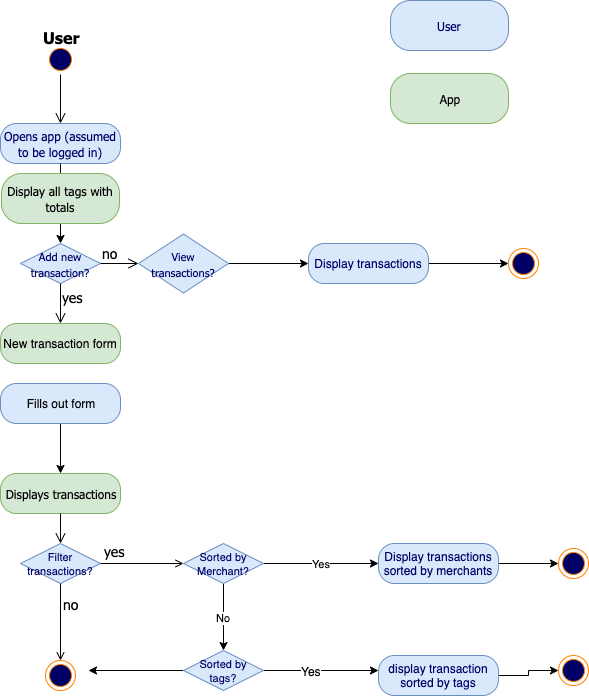
Above: Diagrams/activity diagram.png in granthouston44/heroku_deploy (draw.io), before the change. Source tidied: cells renumbered, new cells last; positions are measured from the earlier drawing's top-left corner, leaving out a move shared by most shapes. The source it was exported from:
```xml
<mxGraphModel>
  <root>
    <mxCell id="0" />
    <mxCell id="1" parent="0" />
    <mxCell id="2" style="ellipse;html=1;shape=startState;fillColor=#000066;strokeColor=#FF8000;fontFamily=Tahoma;fontSize=14;fontColor=#FF8000;" parent="1" vertex="1">
      <mxGeometry x="45" y="44" width="30" height="30" as="geometry" />
    </mxCell>
    <mxCell id="3" style="edgeStyle=orthogonalEdgeStyle;html=1;verticalAlign=bottom;endArrow=open;endSize=8;strokeColor=#000000;fontFamily=Tahoma;fontSize=14;fontColor=#FF8000;entryX=0.5;entryY=0;" parent="1" edge="1" source="2" target="4">
      <mxGeometry relative="1" as="geometry" />
    </mxCell>
    <mxCell id="4" value="&lt;font style=&quot;font-size: 12px&quot;&gt;Opens app (assumed to be logged in)&lt;/font&gt;" style="rounded=1;whiteSpace=wrap;html=1;arcSize=40;fillColor=#dae8fc;strokeColor=#6c8ebf;fontFamily=Tahoma;fontSize=14;fontColor=#000066;" parent="1" vertex="1">
      <mxGeometry y="123" width="120" height="40" as="geometry" />
    </mxCell>
    <mxCell id="5" style="edgeStyle=orthogonalEdgeStyle;html=1;verticalAlign=bottom;endArrow=open;endSize=8;strokeColor=#080400;fontFamily=Tahoma;fontSize=14;fontColor=#FF8000;entryX=0.5;entryY=0;" parent="1" edge="1" source="4">
      <mxGeometry relative="1" as="geometry">
        <mxPoint x="60" y="223" as="targetPoint" />
        <Array as="points">
          <mxPoint x="60" y="203" />
          <mxPoint x="60" y="203" />
        </Array>
      </mxGeometry>
    </mxCell>
    <mxCell id="6" style="edgeStyle=orthogonalEdgeStyle;rounded=0;jettySize=auto;html=1;exitX=0.5;exitY=1;exitDx=0;exitDy=0;entryX=0.5;entryY=0;entryDx=0;entryDy=0;" parent="1" edge="1" source="7" target="8">
      <mxGeometry relative="1" as="geometry" />
    </mxCell>
    <mxCell id="7" value="&lt;font style=&quot;font-size: 12px&quot;&gt;Display all tags with totals&lt;/font&gt;" style="rounded=1;whiteSpace=wrap;html=1;arcSize=40;fillColor=#d5e8d4;strokeColor=#82b366;fontFamily=Tahoma;fontSize=14;" parent="1" vertex="1">
      <mxGeometry x="1" y="173" width="118" height="50" as="geometry" />
    </mxCell>
    <mxCell id="8" value="&lt;span style=&quot;font-size: 11px&quot;&gt;Add new transaction?&lt;/span&gt;" style="rhombus;whiteSpace=wrap;html=1;fillColor=#dae8fc;strokeColor=#6c8ebf;fontFamily=Tahoma;fontSize=14;fontColor=#000066;" parent="1" vertex="1">
      <mxGeometry x="20" y="243" width="80" height="40" as="geometry" />
    </mxCell>
    <mxCell id="9" value="&lt;font color=&quot;#000000&quot;&gt;no&lt;/font&gt;" style="edgeStyle=orthogonalEdgeStyle;html=1;align=left;verticalAlign=bottom;endArrow=open;endSize=8;strokeColor=#000000;fontFamily=Tahoma;fontSize=14;fontColor=#FF8000;entryX=0;entryY=0.5;entryDx=0;entryDy=0;" parent="1" edge="1" source="8" target="24">
      <mxGeometry x="-1" relative="1" as="geometry" />
    </mxCell>
    <mxCell id="10" value="&lt;font color=&quot;#000000&quot;&gt;yes&lt;/font&gt;" style="edgeStyle=orthogonalEdgeStyle;html=1;align=left;verticalAlign=top;endArrow=open;endSize=8;strokeColor=#000000;fontFamily=Tahoma;fontSize=14;fontColor=#FF8000;entryX=0.5;entryY=0;" parent="1" edge="1" source="8" target="12">
      <mxGeometry x="-1" relative="1" as="geometry" />
    </mxCell>
    <mxCell id="11" value="&lt;font style=&quot;font-size: 16px&quot; color=&quot;#000000&quot;&gt;&lt;b&gt;User&lt;/b&gt;&lt;/font&gt;" style="text;html=1;align=left;verticalAlign=top;spacingTop=-4;fontSize=14;fontFamily=Tahoma;fontColor=#000066;" parent="1" vertex="1">
      <mxGeometry x="41" y="25" width="50" height="20" as="geometry" />
    </mxCell>
    <mxCell id="12" value="New transaction form" style="rounded=1;whiteSpace=wrap;html=1;arcSize=40;fillColor=#d5e8d4;strokeColor=#82b366;" parent="1" vertex="1">
      <mxGeometry y="323" width="120" height="40" as="geometry" />
    </mxCell>
    <mxCell id="13" value="&lt;span style=&quot;font-size: 11px&quot;&gt;Filter transactions?&lt;/span&gt;" style="rhombus;whiteSpace=wrap;html=1;fillColor=#dae8fc;strokeColor=#6c8ebf;fontColor=#000066;" parent="1" vertex="1">
      <mxGeometry x="20" y="543" width="80" height="40" as="geometry" />
    </mxCell>
    <mxCell id="14" value="Yes" style="edgeStyle=orthogonalEdgeStyle;rounded=0;jettySize=auto;html=1;" parent="1" edge="1" source="16">
      <mxGeometry relative="1" as="geometry">
        <mxPoint x="378" y="563" as="targetPoint" />
      </mxGeometry>
    </mxCell>
    <mxCell id="15" value="No" style="edgeStyle=orthogonalEdgeStyle;rounded=0;jettySize=auto;html=1;exitX=0.5;exitY=1;exitDx=0;exitDy=0;" parent="1" edge="1" source="16" target="35">
      <mxGeometry relative="1" as="geometry" />
    </mxCell>
    <mxCell id="16" value="&lt;span style=&quot;font-size: 11px&quot;&gt;Sorted by Merchant?&lt;/span&gt;" style="rhombus;whiteSpace=wrap;html=1;fillColor=#dae8fc;strokeColor=#6c8ebf;fontColor=#000066;" parent="1" vertex="1">
      <mxGeometry x="183" y="543" width="80" height="40" as="geometry" />
    </mxCell>
    <mxCell id="17" value="&lt;font color=&quot;#000000&quot;&gt;no&lt;/font&gt;" style="edgeStyle=none;rounded=1;jumpStyle=arc;jumpSize=13;html=1;exitX=0.5;exitY=1;startArrow=none;startFill=0;endArrow=open;endFill=0;jettySize=auto;strokeColor=#000000;fontFamily=Tahoma;fontSize=14;fontColor=#000066;" parent="1" edge="1" source="13" target="18">
      <mxGeometry x="-0.44" y="10" relative="1" as="geometry" />
    </mxCell>
    <mxCell id="18" style="ellipse;html=1;shape=endState;fillColor=#000066;strokeColor=#FF8000;" parent="1" vertex="1">
      <mxGeometry x="45" y="660" width="30" height="30" as="geometry" />
    </mxCell>
    <mxCell id="19" style="edgeStyle=none;rounded=1;jumpStyle=arc;jumpSize=13;html=1;startArrow=none;startFill=0;endArrow=open;endFill=0;jettySize=auto;strokeColor=#050300;fontFamily=Tahoma;fontSize=14;fontColor=#000066;" parent="1" edge="1" source="13" target="16">
      <mxGeometry relative="1" as="geometry" />
    </mxCell>
    <mxCell id="20" value="&lt;font&gt;yes&lt;/font&gt;" style="text;html=1;align=center;verticalAlign=middle;labelBackgroundColor=#ffffff;fontSize=14;fontFamily=Tahoma;fontColor=#000000;" parent="19" vertex="1">
      <mxGeometry x="-0.65" relative="1" as="geometry">
        <mxPoint x="-2" y="-13" as="offset" />
      </mxGeometry>
    </mxCell>
    <mxCell id="21" value="&lt;font style=&quot;font-size: 12px&quot;&gt;Displays transactions&lt;/font&gt;" style="rounded=1;whiteSpace=wrap;html=1;arcSize=40;fillColor=#d5e8d4;strokeColor=#82b366;fontFamily=Tahoma;fontSize=14;" parent="1" vertex="1">
      <mxGeometry y="473" width="120" height="40" as="geometry" />
    </mxCell>
    <mxCell id="22" style="edgeStyle=orthogonalEdgeStyle;html=1;verticalAlign=bottom;endArrow=open;endSize=8;strokeColor=#000000;fontFamily=Tahoma;fontSize=14;fontColor=#000066;entryX=0.5;entryY=0;" parent="1" edge="1" source="21" target="13">
      <mxGeometry relative="1" as="geometry" />
    </mxCell>
    <mxCell id="23" style="edgeStyle=orthogonalEdgeStyle;rounded=0;jettySize=auto;html=1;entryX=0;entryY=0.5;entryDx=0;entryDy=0;" parent="1" edge="1" source="24" target="26">
      <mxGeometry relative="1" as="geometry" />
    </mxCell>
    <mxCell id="24" value="&lt;span style=&quot;font-size: 11px&quot;&gt;View transactions?&lt;/span&gt;" style="rhombus;whiteSpace=wrap;html=1;fillColor=#dae8fc;strokeColor=#6c8ebf;fontFamily=Tahoma;fontSize=14;fontColor=#000066;" parent="1" vertex="1">
      <mxGeometry x="138" y="233.5" width="90" height="59" as="geometry" />
    </mxCell>
    <mxCell id="25" style="edgeStyle=orthogonalEdgeStyle;rounded=0;jettySize=auto;html=1;" parent="1" edge="1" source="26">
      <mxGeometry relative="1" as="geometry">
        <mxPoint x="508" y="263" as="targetPoint" />
      </mxGeometry>
    </mxCell>
    <mxCell id="26" value="Display transactions" style="rounded=1;whiteSpace=wrap;html=1;arcSize=40;fillColor=#dae8fc;strokeColor=#6c8ebf;fontColor=#000066;" parent="1" vertex="1">
      <mxGeometry x="308" y="243" width="120" height="40" as="geometry" />
    </mxCell>
    <mxCell id="27" style="ellipse;html=1;shape=endState;fillColor=#000066;strokeColor=#FF8000;" parent="1" vertex="1">
      <mxGeometry x="508" y="248" width="30" height="30" as="geometry" />
    </mxCell>
    <mxCell id="28" value="&lt;font style=&quot;font-size: 12px&quot;&gt;User&lt;/font&gt;" style="rounded=1;whiteSpace=wrap;html=1;arcSize=40;fillColor=#dae8fc;strokeColor=#6c8ebf;fontFamily=Tahoma;fontSize=14;fontColor=#000066;" parent="1" vertex="1">
      <mxGeometry x="390" width="118" height="50" as="geometry" />
    </mxCell>
    <mxCell id="29" value="&lt;font style=&quot;font-size: 12px&quot;&gt;App&lt;/font&gt;" style="rounded=1;whiteSpace=wrap;html=1;arcSize=40;fillColor=#d5e8d4;strokeColor=#82b366;fontFamily=Tahoma;fontSize=14;" parent="1" vertex="1">
      <mxGeometry x="390" y="73" width="118" height="50" as="geometry" />
    </mxCell>
    <mxCell id="30" style="edgeStyle=orthogonalEdgeStyle;rounded=0;jettySize=auto;html=1;entryX=0.5;entryY=0;entryDx=0;entryDy=0;" parent="1" edge="1" source="31" target="21">
      <mxGeometry relative="1" as="geometry" />
    </mxCell>
    <mxCell id="31" value="Fills out form" style="rounded=1;whiteSpace=wrap;html=1;arcSize=40;fillColor=#dae8fc;strokeColor=#6c8ebf;" parent="1" vertex="1">
      <mxGeometry y="383" width="120" height="40" as="geometry" />
    </mxCell>
    <mxCell id="32" style="edgeStyle=orthogonalEdgeStyle;rounded=0;jettySize=auto;html=1;" parent="1" edge="1" source="35">
      <mxGeometry relative="1" as="geometry">
        <mxPoint x="88" y="670" as="targetPoint" />
      </mxGeometry>
    </mxCell>
    <mxCell id="33" style="edgeStyle=orthogonalEdgeStyle;rounded=0;jettySize=auto;html=1;" parent="1" edge="1" source="35">
      <mxGeometry relative="1" as="geometry">
        <mxPoint x="378" y="670" as="targetPoint" />
      </mxGeometry>
    </mxCell>
    <mxCell id="34" value="Yes" style="text;html=1;align=center;verticalAlign=middle;labelBackgroundColor=#ffffff;" parent="33" vertex="1">
      <mxGeometry x="0.24" y="-2" relative="1" as="geometry">
        <mxPoint x="-23.5" y="-2" as="offset" />
      </mxGeometry>
    </mxCell>
    <mxCell id="35" value="&lt;span style=&quot;font-size: 11px&quot;&gt;Sorted by tags?&lt;/span&gt;" style="rhombus;whiteSpace=wrap;html=1;fillColor=#dae8fc;strokeColor=#6c8ebf;fontColor=#000066;" parent="1" vertex="1">
      <mxGeometry x="183" y="650" width="80" height="40" as="geometry" />
    </mxCell>
    <mxCell id="36" style="edgeStyle=orthogonalEdgeStyle;rounded=0;jettySize=auto;html=1;exitX=1;exitY=0.5;exitDx=0;exitDy=0;entryX=0;entryY=0.5;entryDx=0;entryDy=0;strokeColor=#080400;fontColor=#000000;" parent="1" edge="1" source="37" target="40">
      <mxGeometry relative="1" as="geometry" />
    </mxCell>
    <mxCell id="37" value="display transaction sorted by tags" style="rounded=1;whiteSpace=wrap;html=1;arcSize=40;fillColor=#dae8fc;strokeColor=#6c8ebf;fontColor=#000066;" parent="1" vertex="1">
      <mxGeometry x="378" y="655" width="120" height="40" as="geometry" />
    </mxCell>
    <mxCell id="38" style="edgeStyle=orthogonalEdgeStyle;rounded=0;jettySize=auto;html=1;exitX=1;exitY=0.5;exitDx=0;exitDy=0;entryX=0;entryY=0.5;entryDx=0;entryDy=0;strokeColor=#080400;fontColor=#000000;" parent="1" edge="1" source="39" target="41">
      <mxGeometry relative="1" as="geometry" />
    </mxCell>
    <mxCell id="39" value="Display transactions sorted by merchants" style="rounded=1;whiteSpace=wrap;html=1;arcSize=40;fillColor=#dae8fc;strokeColor=#6c8ebf;fontColor=#000066;" parent="1" vertex="1">
      <mxGeometry x="378" y="543" width="120" height="40" as="geometry" />
    </mxCell>
    <mxCell id="40" style="ellipse;html=1;shape=endState;fillColor=#000066;strokeColor=#FF8000;" parent="1" vertex="1">
      <mxGeometry x="558" y="655" width="30" height="30" as="geometry" />
    </mxCell>
    <mxCell id="41" style="ellipse;html=1;shape=endState;fillColor=#000066;strokeColor=#FF8000;" parent="1" vertex="1">
      <mxGeometry x="558" y="548" width="30" height="30" as="geometry" />
    </mxCell>
  </root>
</mxGraphModel>
```
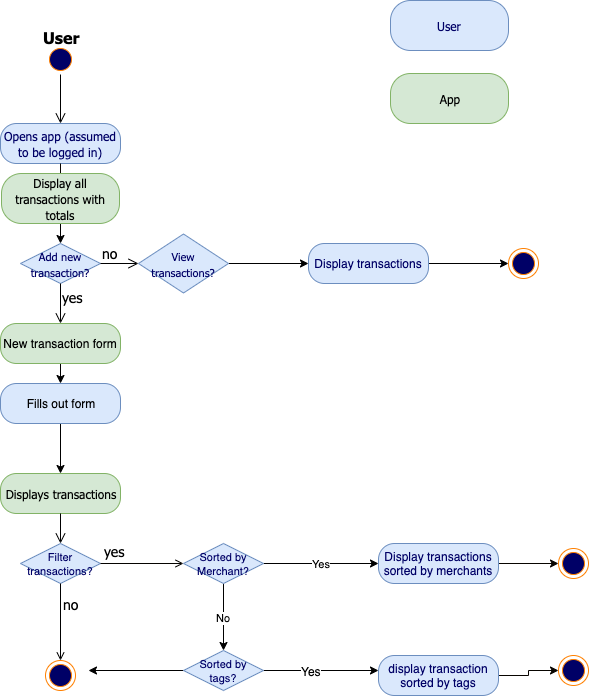
The same file after the commit.

The edit, as a diff of the source:
```diff
@@ -1,4 +1,4 @@
-<mxGraphModel>
+<mxGraphModel background="#ffffff">
   <root>
     <mxCell id="0" />
     <mxCell id="1" parent="0" />
@@ -23,7 +23,7 @@
     <mxCell id="6" style="edgeStyle=orthogonalEdgeStyle;rounded=0;jettySize=auto;html=1;exitX=0.5;exitY=1;exitDx=0;exitDy=0;entryX=0.5;entryY=0;entryDx=0;entryDy=0;" parent="1" edge="1" source="7" target="8">
       <mxGeometry relative="1" as="geometry" />
     </mxCell>
-    <mxCell id="7" value="&lt;font style=&quot;font-size: 12px&quot;&gt;Display all tags with totals&lt;/font&gt;" style="rounded=1;whiteSpace=wrap;html=1;arcSize=40;fillColor=#d5e8d4;strokeColor=#82b366;fontFamily=Tahoma;fontSize=14;" parent="1" vertex="1">
+    <mxCell id="7" value="&lt;font style=&quot;font-size: 12px&quot;&gt;Display all transactions with totals&lt;/font&gt;" style="rounded=1;whiteSpace=wrap;html=1;arcSize=40;fillColor=#d5e8d4;strokeColor=#82b366;fontFamily=Tahoma;fontSize=14;" parent="1" vertex="1">
       <mxGeometry x="1" y="173" width="118" height="50" as="geometry" />
     </mxCell>
     <mxCell id="8" value="&lt;span style=&quot;font-size: 11px&quot;&gt;Add new transaction?&lt;/span&gt;" style="rhombus;whiteSpace=wrap;html=1;fillColor=#dae8fc;strokeColor=#6c8ebf;fontFamily=Tahoma;fontSize=14;fontColor=#000066;" parent="1" vertex="1">
@@ -38,6 +38,9 @@
     <mxCell id="11" value="&lt;font style=&quot;font-size: 16px&quot; color=&quot;#000000&quot;&gt;&lt;b&gt;User&lt;/b&gt;&lt;/font&gt;" style="text;html=1;align=left;verticalAlign=top;spacingTop=-4;fontSize=14;fontFamily=Tahoma;fontColor=#000066;" parent="1" vertex="1">
       <mxGeometry x="41" y="25" width="50" height="20" as="geometry" />
     </mxCell>
+    <mxCell id="42" style="edgeStyle=orthogonalEdgeStyle;rounded=0;jettySize=auto;html=1;exitX=0.5;exitY=1;exitDx=0;exitDy=0;entryX=0.5;entryY=0;entryDx=0;entryDy=0;" parent="1" edge="1" source="12" target="31">
+      <mxGeometry relative="1" as="geometry" />
+    </mxCell>
     <mxCell id="12" value="New transaction form" style="rounded=1;whiteSpace=wrap;html=1;arcSize=40;fillColor=#d5e8d4;strokeColor=#82b366;" parent="1" vertex="1">
       <mxGeometry y="323" width="120" height="40" as="geometry" />
     </mxCell>
```
